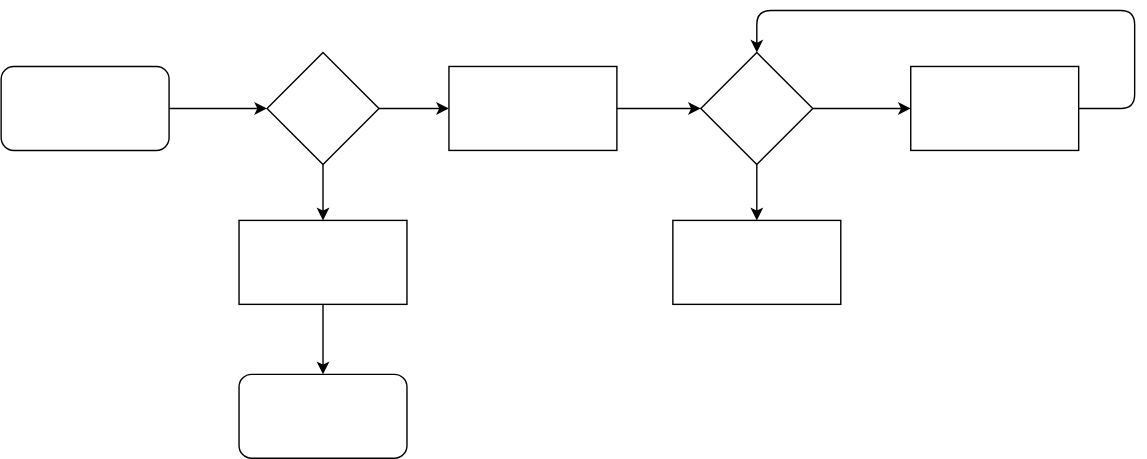
This is images/functions.drawio.svg from BombadilDK/greeting_data, a draw.io export, as it was before one commit. Source tidied: cells renumbered, new cells last; positions are measured from the earlier drawing's top-left corner, leaving out a move shared by most shapes. Its diagram source:
```xml
<mxGraphModel>
  <root>
    <mxCell id="0" />
    <mxCell id="1" parent="0" />
    <mxCell id="2" style="edgeStyle=none;html=1;exitX=0.5;exitY=1;exitDx=0;exitDy=0;entryX=0.5;entryY=0;entryDx=0;entryDy=0;" parent="1" edge="1" source="4" target="8">
      <mxGeometry relative="1" as="geometry" />
    </mxCell>
    <mxCell id="3" style="edgeStyle=orthogonalEdgeStyle;html=1;exitX=1;exitY=0.5;exitDx=0;exitDy=0;entryX=0;entryY=0.5;entryDx=0;entryDy=0;" parent="1" edge="1" source="4" target="14">
      <mxGeometry relative="1" as="geometry" />
    </mxCell>
    <mxCell id="4" style="rhombus;whiteSpace=wrap;html=1;" parent="1" vertex="1">
      <mxGeometry x="190" y="30" width="80" height="80" as="geometry" />
    </mxCell>
    <mxCell id="5" style="edgeStyle=none;html=1;exitX=1;exitY=0.5;exitDx=0;exitDy=0;entryX=0;entryY=0.5;entryDx=0;entryDy=0;" parent="1" edge="1" source="6" target="4">
      <mxGeometry relative="1" as="geometry" />
    </mxCell>
    <mxCell id="6" style="rounded=1;whiteSpace=wrap;html=1;" parent="1" vertex="1">
      <mxGeometry y="40" width="120" height="60" as="geometry" />
    </mxCell>
    <mxCell id="7" style="edgeStyle=none;html=1;exitX=0.5;exitY=1;exitDx=0;exitDy=0;entryX=0.5;entryY=0;entryDx=0;entryDy=0;" parent="1" edge="1" source="8" target="9">
      <mxGeometry relative="1" as="geometry" />
    </mxCell>
    <mxCell id="8" style="rounded=0;whiteSpace=wrap;html=1;" parent="1" vertex="1">
      <mxGeometry x="170" y="150" width="120" height="60" as="geometry" />
    </mxCell>
    <mxCell id="9" style="rounded=1;whiteSpace=wrap;html=1;" parent="1" vertex="1">
      <mxGeometry x="170" y="260" width="120" height="60" as="geometry" />
    </mxCell>
    <mxCell id="10" style="edgeStyle=orthogonalEdgeStyle;html=1;exitX=1;exitY=0.5;exitDx=0;exitDy=0;entryX=0;entryY=0.5;entryDx=0;entryDy=0;" parent="1" edge="1" source="12" target="16">
      <mxGeometry relative="1" as="geometry" />
    </mxCell>
    <mxCell id="11" style="edgeStyle=orthogonalEdgeStyle;html=1;exitX=0.5;exitY=1;exitDx=0;exitDy=0;entryX=0.5;entryY=0;entryDx=0;entryDy=0;" parent="1" edge="1" source="12" target="17">
      <mxGeometry relative="1" as="geometry" />
    </mxCell>
    <mxCell id="12" style="rhombus;whiteSpace=wrap;html=1;" parent="1" vertex="1">
      <mxGeometry x="500" y="30" width="80" height="80" as="geometry" />
    </mxCell>
    <mxCell id="13" style="edgeStyle=orthogonalEdgeStyle;html=1;exitX=1;exitY=0.5;exitDx=0;exitDy=0;entryX=0;entryY=0.5;entryDx=0;entryDy=0;" parent="1" edge="1" source="14" target="12">
      <mxGeometry relative="1" as="geometry" />
    </mxCell>
    <mxCell id="14" style="rounded=0;whiteSpace=wrap;html=1;" parent="1" vertex="1">
      <mxGeometry x="320" y="40" width="120" height="60" as="geometry" />
    </mxCell>
    <mxCell id="15" style="edgeStyle=orthogonalEdgeStyle;html=1;exitX=0.5;exitY=0;exitDx=0;exitDy=0;" parent="1" edge="1">
      <mxGeometry relative="1" as="geometry">
        <mxPoint x="720" y="70" as="sourcePoint" />
        <mxPoint x="540" y="30" as="targetPoint" />
        <Array as="points">
          <mxPoint x="810" y="70" />
          <mxPoint x="810" />
          <mxPoint x="540" />
        </Array>
      </mxGeometry>
    </mxCell>
    <mxCell id="16" style="rounded=0;whiteSpace=wrap;html=1;" parent="1" vertex="1">
      <mxGeometry x="650" y="40" width="120" height="60" as="geometry" />
    </mxCell>
    <mxCell id="17" style="rounded=0;whiteSpace=wrap;html=1;" parent="1" vertex="1">
      <mxGeometry x="480" y="150" width="120" height="60" as="geometry" />
    </mxCell>
  </root>
</mxGraphModel>
```
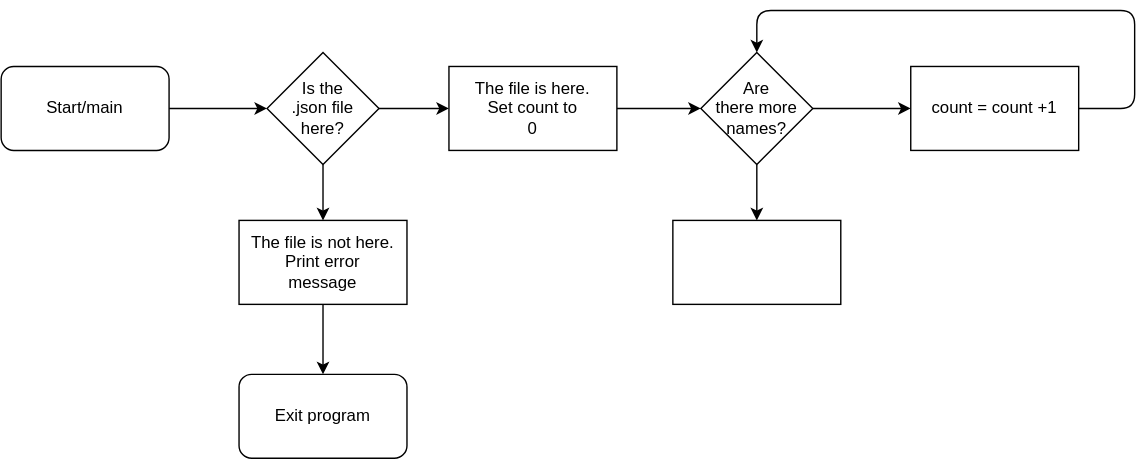
After the change.

The edit, as a diff of the source:
```diff
@@ -8,22 +8,22 @@
     <mxCell id="3" style="edgeStyle=orthogonalEdgeStyle;html=1;exitX=1;exitY=0.5;exitDx=0;exitDy=0;entryX=0;entryY=0.5;entryDx=0;entryDy=0;" parent="1" edge="1" source="4" target="14">
       <mxGeometry relative="1" as="geometry" />
     </mxCell>
-    <mxCell id="4" style="rhombus;whiteSpace=wrap;html=1;" parent="1" vertex="1">
+    <mxCell id="4" value="Is the&amp;nbsp;&lt;div&gt;.json file&lt;/div&gt;&lt;div&gt;here?&lt;/div&gt;" style="rhombus;whiteSpace=wrap;html=1;" parent="1" vertex="1">
       <mxGeometry x="190" y="30" width="80" height="80" as="geometry" />
     </mxCell>
     <mxCell id="5" style="edgeStyle=none;html=1;exitX=1;exitY=0.5;exitDx=0;exitDy=0;entryX=0;entryY=0.5;entryDx=0;entryDy=0;" parent="1" edge="1" source="6" target="4">
       <mxGeometry relative="1" as="geometry" />
     </mxCell>
-    <mxCell id="6" style="rounded=1;whiteSpace=wrap;html=1;" parent="1" vertex="1">
+    <mxCell id="6" value="Start/main" style="rounded=1;whiteSpace=wrap;html=1;" parent="1" vertex="1">
       <mxGeometry y="40" width="120" height="60" as="geometry" />
     </mxCell>
     <mxCell id="7" style="edgeStyle=none;html=1;exitX=0.5;exitY=1;exitDx=0;exitDy=0;entryX=0.5;entryY=0;entryDx=0;entryDy=0;" parent="1" edge="1" source="8" target="9">
       <mxGeometry relative="1" as="geometry" />
     </mxCell>
-    <mxCell id="8" style="rounded=0;whiteSpace=wrap;html=1;" parent="1" vertex="1">
+    <mxCell id="8" value="The file is not here.&lt;div&gt;Print error&amp;nbsp;&lt;/div&gt;&lt;div&gt;message&lt;/div&gt;" style="rounded=0;whiteSpace=wrap;html=1;" parent="1" vertex="1">
       <mxGeometry x="170" y="150" width="120" height="60" as="geometry" />
     </mxCell>
-    <mxCell id="9" style="rounded=1;whiteSpace=wrap;html=1;" parent="1" vertex="1">
+    <mxCell id="9" value="Exit program" style="rounded=1;whiteSpace=wrap;html=1;" parent="1" vertex="1">
       <mxGeometry x="170" y="260" width="120" height="60" as="geometry" />
     </mxCell>
     <mxCell id="10" style="edgeStyle=orthogonalEdgeStyle;html=1;exitX=1;exitY=0.5;exitDx=0;exitDy=0;entryX=0;entryY=0.5;entryDx=0;entryDy=0;" parent="1" edge="1" source="12" target="16">
@@ -32,13 +32,13 @@
     <mxCell id="11" style="edgeStyle=orthogonalEdgeStyle;html=1;exitX=0.5;exitY=1;exitDx=0;exitDy=0;entryX=0.5;entryY=0;entryDx=0;entryDy=0;" parent="1" edge="1" source="12" target="17">
       <mxGeometry relative="1" as="geometry" />
     </mxCell>
-    <mxCell id="12" style="rhombus;whiteSpace=wrap;html=1;" parent="1" vertex="1">
+    <mxCell id="12" value="Are&amp;nbsp;&lt;div&gt;there more&lt;/div&gt;&lt;div&gt;names?&lt;/div&gt;" style="rhombus;whiteSpace=wrap;html=1;" parent="1" vertex="1">
       <mxGeometry x="500" y="30" width="80" height="80" as="geometry" />
     </mxCell>
     <mxCell id="13" style="edgeStyle=orthogonalEdgeStyle;html=1;exitX=1;exitY=0.5;exitDx=0;exitDy=0;entryX=0;entryY=0.5;entryDx=0;entryDy=0;" parent="1" edge="1" source="14" target="12">
       <mxGeometry relative="1" as="geometry" />
     </mxCell>
-    <mxCell id="14" style="rounded=0;whiteSpace=wrap;html=1;" parent="1" vertex="1">
+    <mxCell id="14" value="The file is here.&lt;div&gt;Set count to&lt;/div&gt;&lt;div&gt;0&lt;/div&gt;" style="rounded=0;whiteSpace=wrap;html=1;" parent="1" vertex="1">
       <mxGeometry x="320" y="40" width="120" height="60" as="geometry" />
     </mxCell>
     <mxCell id="15" style="edgeStyle=orthogonalEdgeStyle;html=1;exitX=0.5;exitY=0;exitDx=0;exitDy=0;" parent="1" edge="1">
@@ -52,7 +52,7 @@
         </Array>
       </mxGeometry>
     </mxCell>
-    <mxCell id="16" style="rounded=0;whiteSpace=wrap;html=1;" parent="1" vertex="1">
+    <mxCell id="16" value="count = count +1" style="rounded=0;whiteSpace=wrap;html=1;" parent="1" vertex="1">
       <mxGeometry x="650" y="40" width="120" height="60" as="geometry" />
     </mxCell>
     <mxCell id="17" style="rounded=0;whiteSpace=wrap;html=1;" parent="1" vertex="1">
```
